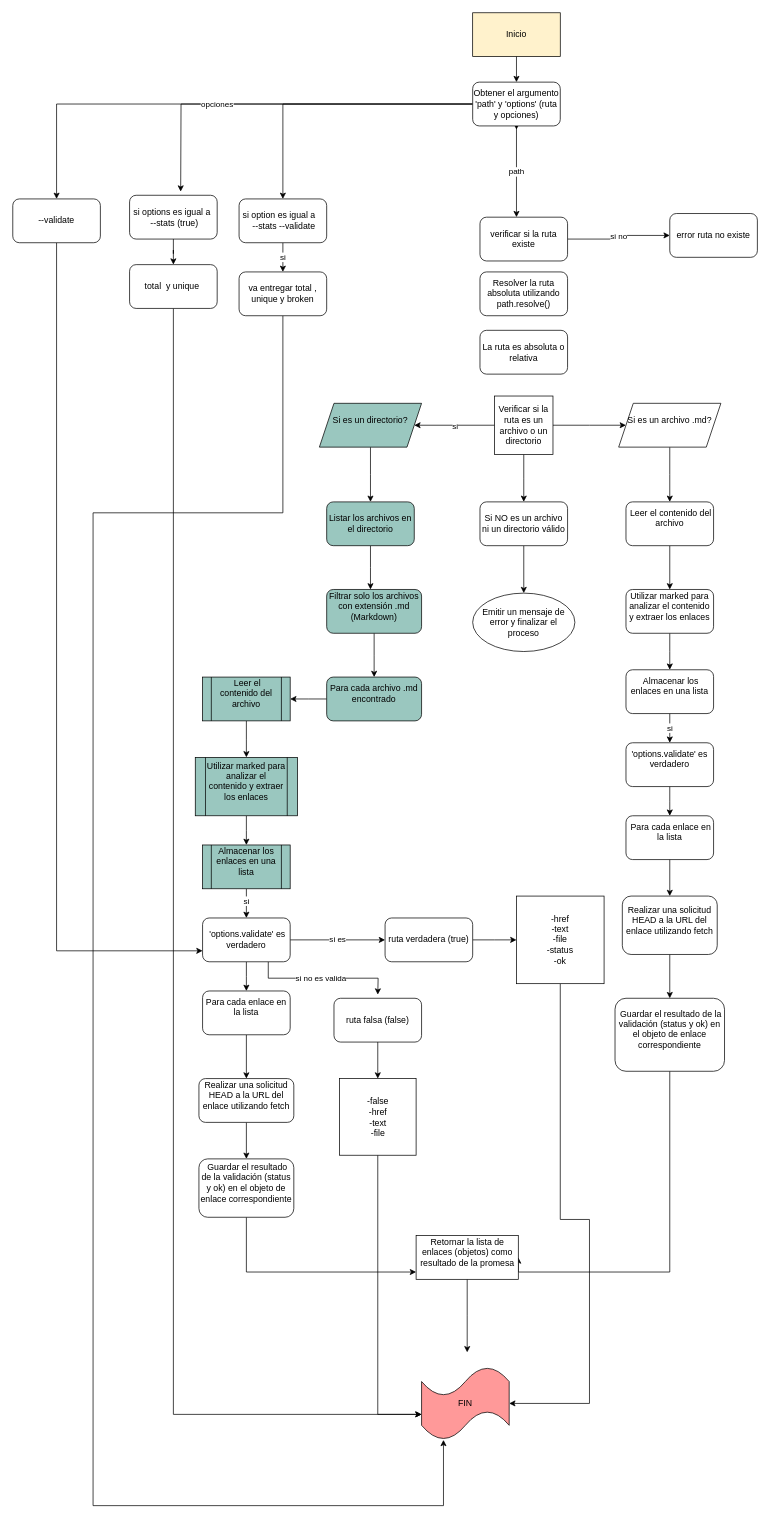
Earlier version of the draw.io diagram Diagrama sin título.drawio (mariadanielaorregopotosi/DEV008-md-links). Source tidied: cells renumbered, new cells numbered last; positions are measured from the earlier drawing's top-left corner, leaving out a move shared by most shapes. Both pictures are drawn from the tidied source at 73%, with x=0, y=0 at pixel (12, 12).
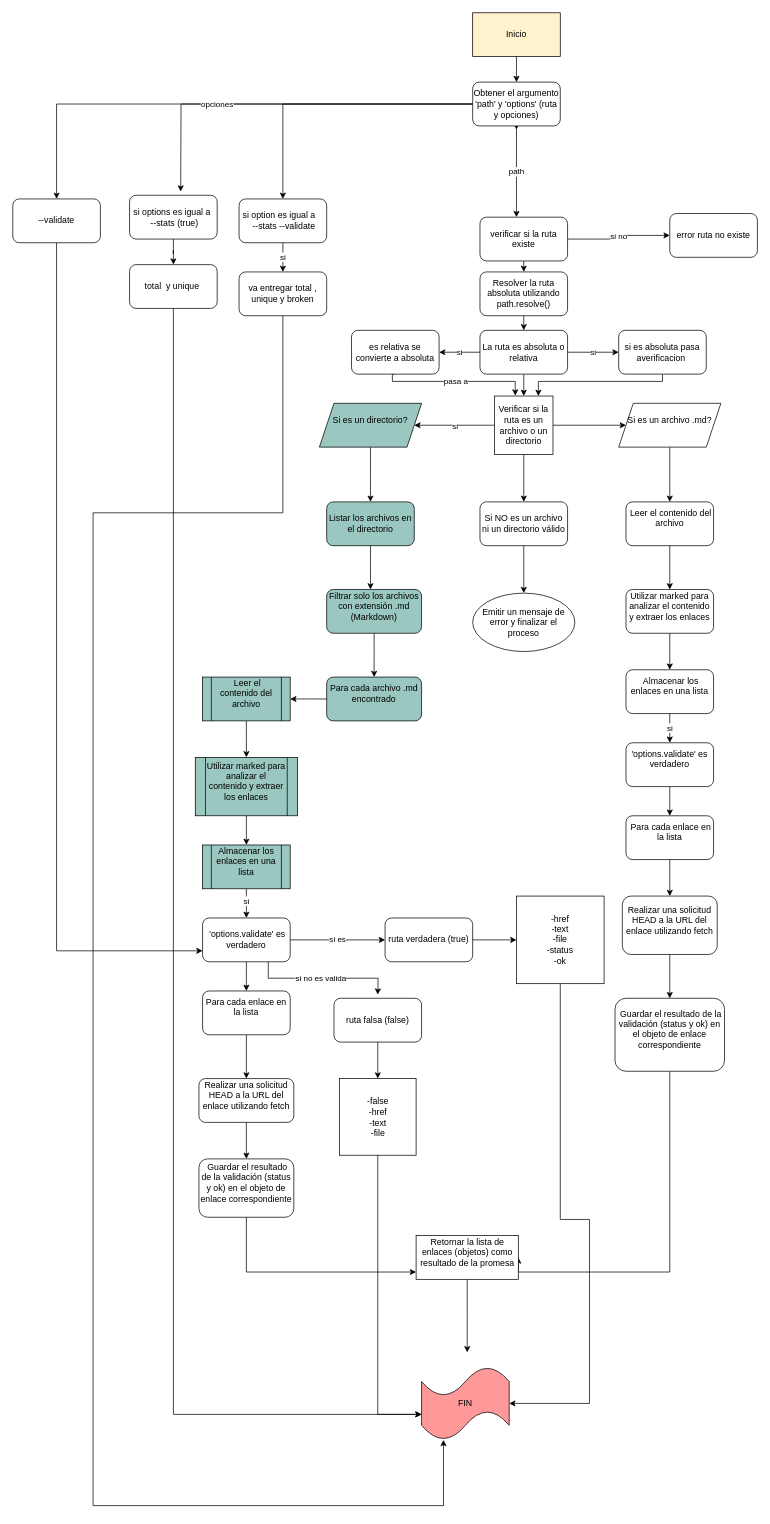
Above is the later version.

Unchanged cells that the change refers to:
```xml
<mxCell id="5" value="Resolver la ruta absoluta utilizando path.resolve()" style="rounded=1;whiteSpace=wrap;html=1;" parent="1" vertex="1">
  <mxGeometry x="640" y="355" width="120" height="60" as="geometry" />
</mxCell>
<mxCell id="9" value="Verificar si la ruta es un archivo o un directorio" style="whiteSpace=wrap;html=1;" parent="1" vertex="1">
  <mxGeometry x="660" y="525" width="80" height="80" as="geometry" />
</mxCell>
<mxCell id="72" value="verificar si la ruta existe" style="rounded=1;whiteSpace=wrap;html=1;" parent="1" vertex="1">
  <mxGeometry x="640" y="280" width="120" height="60" as="geometry" />
</mxCell>
<mxCell id="84" value="La ruta es absoluta o relativa" style="rounded=1;whiteSpace=wrap;html=1;" parent="1" vertex="1">
  <mxGeometry x="640" y="435" width="120" height="60" as="geometry" />
</mxCell>
```

The edit, as a diff of the source:
```diff
@@
+    <mxCell id="85" style="edgeStyle=orthogonalEdgeStyle;rounded=0;jettySize=auto;html=1;exitX=0.5;exitY=1;exitDx=0;exitDy=0;entryX=0.5;entryY=0;entryDx=0;entryDy=0;" parent="1" edge="1" source="5" target="84">
+      <mxGeometry relative="1" as="geometry" />
+    </mxCell>
@@
+    <mxCell id="86" style="edgeStyle=orthogonalEdgeStyle;rounded=0;jettySize=auto;html=1;exitX=0.5;exitY=1;exitDx=0;exitDy=0;entryX=0.5;entryY=0;entryDx=0;entryDy=0;" parent="1" edge="1" source="72" target="5">
+      <mxGeometry relative="1" as="geometry" />
+    </mxCell>
@@
+    <mxCell id="87" style="edgeStyle=orthogonalEdgeStyle;rounded=0;jettySize=auto;html=1;exitX=0.5;exitY=1;exitDx=0;exitDy=0;entryX=0.5;entryY=0;entryDx=0;entryDy=0;" parent="1" edge="1" source="84" target="9">
+      <mxGeometry relative="1" as="geometry" />
+    </mxCell>
+    <mxCell id="88" value="si" style="edgeStyle=orthogonalEdgeStyle;rounded=0;jettySize=auto;html=1;" parent="1" edge="1" source="84" target="91">
+      <mxGeometry relative="1" as="geometry" />
+    </mxCell>
+    <mxCell id="89" value="si" style="edgeStyle=orthogonalEdgeStyle;rounded=0;jettySize=auto;html=1;" parent="1" edge="1" source="84">
+      <mxGeometry relative="1" as="geometry">
+        <mxPoint x="830" y="465" as="targetPoint" />
+      </mxGeometry>
+    </mxCell>
@@
+    <mxCell id="90" value="pasa a" style="edgeStyle=orthogonalEdgeStyle;rounded=0;jettySize=auto;html=1;exitX=0.5;exitY=1;exitDx=0;exitDy=0;entryX=0.354;entryY=-0.008;entryDx=0;entryDy=0;entryPerimeter=0;" parent="1" edge="1" source="91" target="9">
+      <mxGeometry relative="1" as="geometry">
+        <Array as="points">
+          <mxPoint x="520" y="495" />
+          <mxPoint x="520" y="505" />
+          <mxPoint x="688" y="505" />
+        </Array>
+      </mxGeometry>
+    </mxCell>
+    <mxCell id="91" value="es relativa se convierte a absoluta" style="rounded=1;whiteSpace=wrap;html=1;" parent="1" vertex="1">
+      <mxGeometry x="464" y="435" width="120" height="60" as="geometry" />
+    </mxCell>
+    <mxCell id="92" style="edgeStyle=orthogonalEdgeStyle;rounded=0;jettySize=auto;html=1;exitX=0.5;exitY=1;exitDx=0;exitDy=0;entryX=0.75;entryY=0;entryDx=0;entryDy=0;" parent="1" edge="1" source="93" target="9">
+      <mxGeometry relative="1" as="geometry">
+        <Array as="points">
+          <mxPoint x="890" y="505" />
+          <mxPoint x="720" y="505" />
+        </Array>
+      </mxGeometry>
+    </mxCell>
+    <mxCell id="93" value="si es absoluta pasa averificacion&amp;nbsp;" style="rounded=1;whiteSpace=wrap;html=1;" parent="1" vertex="1">
+      <mxGeometry x="830" y="435" width="120" height="60" as="geometry" />
+    </mxCell>
```
